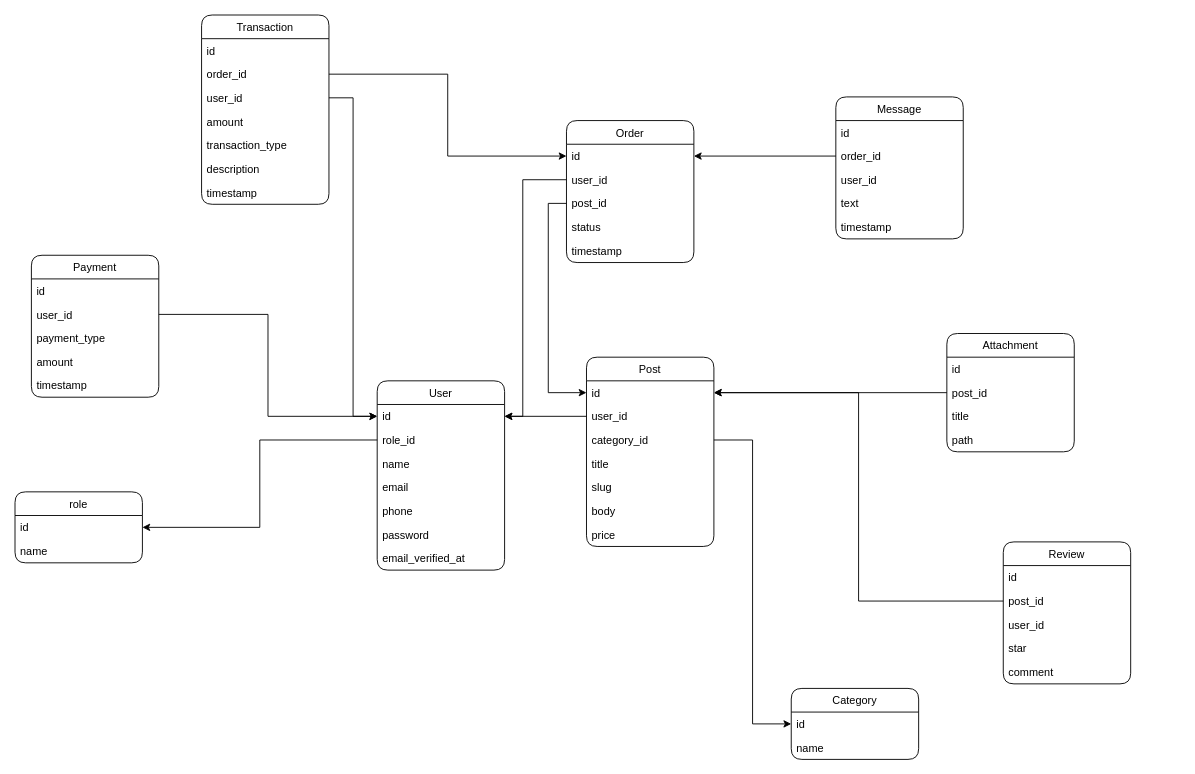
The draw.io diagram db-diagram.drawio in NbekWeb/chik.uz, before the edit. Source tidied: cells renumbered, new cells numbered last; positions are measured from the earlier drawing's top-left corner, leaving out a move shared by most shapes. Both pictures are drawn from the tidied source at 91%, with x=0, y=0 at pixel (15, 15).
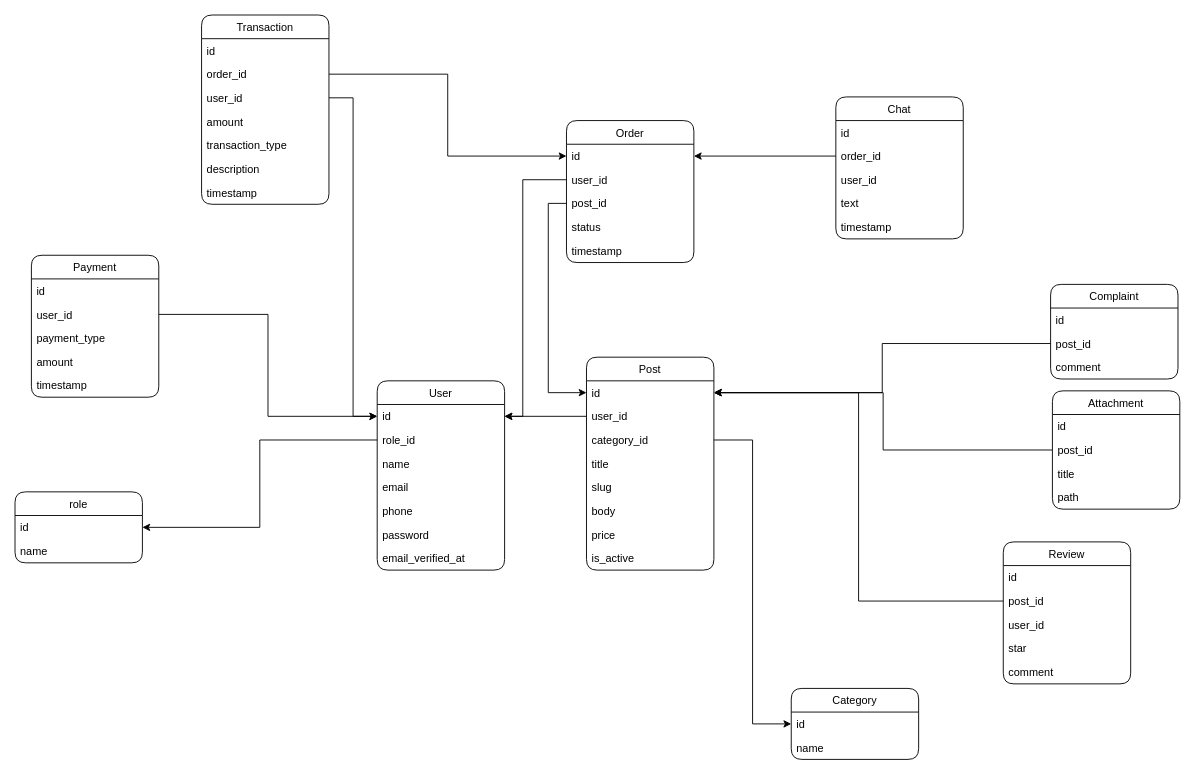
The same diagram, later.

Commit message (it also covers changes not shown here):
chat status with all update

Unchanged cells that the change refers to:
```xml
<mxCell id="15" value="id" style="text;strokeColor=none;fillColor=none;align=left;verticalAlign=top;spacingLeft=4;spacingRight=4;overflow=hidden;points=[[0,0.5],[1,0.5]];portConstraint=eastwest;" parent="14" vertex="1">
  <mxGeometry y="26" width="140" height="26" as="geometry" />
</mxCell>
```

The edit, as a diff of the source:
```diff
@@
     <mxCell id="14" value="Post" style="swimlane;fontStyle=0;horizontal=1;startSize=26;fillColor=none;strokeColor=default;rounded=1;swimlaneLine=1;" parent="1" vertex="1">
-      <mxGeometry x="628" y="376" width="140" height="208" as="geometry" />
+      <mxGeometry x="628" y="376" width="140" height="234" as="geometry" />
     </mxCell>
@@
+    <mxCell id="72" value="is_active" style="text;strokeColor=none;fillColor=none;align=left;verticalAlign=top;spacingLeft=4;spacingRight=4;overflow=hidden;" parent="14" vertex="1">
+      <mxGeometry y="208" width="140" height="26" as="geometry" />
+    </mxCell>
@@
-    <mxCell id="27" value="Message" style="swimlane;fontStyle=0;horizontal=1;startSize=26;fillColor=none;strokeColor=default;rounded=1;swimlaneLine=1;" parent="1" vertex="1">
+    <mxCell id="27" value="Chat" style="swimlane;fontStyle=0;horizontal=1;startSize=26;fillColor=none;strokeColor=default;rounded=1;swimlaneLine=1;" parent="1" vertex="1">
       <mxGeometry x="902" y="90" width="140" height="156" as="geometry" />
     </mxCell>
@@
     <mxCell id="33" value="Attachment" style="swimlane;fontStyle=0;horizontal=1;startSize=26;fillColor=none;strokeColor=default;rounded=1;swimlaneLine=1;" parent="1" vertex="1">
-      <mxGeometry x="1024" y="350" width="140" height="130" as="geometry" />
+      <mxGeometry x="1140" y="413" width="140" height="130" as="geometry" />
     </mxCell>
@@
+    <mxCell id="73" value="Complaint" style="swimlane;fontStyle=0;horizontal=1;startSize=26;fillColor=none;strokeColor=default;rounded=1;swimlaneLine=1;" parent="1" vertex="1">
+      <mxGeometry x="1138" y="296" width="140" height="104" as="geometry" />
+    </mxCell>
+    <mxCell id="74" value="id" style="text;strokeColor=none;fillColor=none;align=left;verticalAlign=top;spacingLeft=4;spacingRight=4;overflow=hidden;" parent="73" vertex="1">
+      <mxGeometry y="26" width="140" height="26" as="geometry" />
+    </mxCell>
+    <mxCell id="75" value="post_id" style="text;strokeColor=none;fillColor=none;align=left;verticalAlign=top;spacingLeft=4;spacingRight=4;overflow=hidden;points=[[0,0.5],[1,0.5]];portConstraint=eastwest;" parent="73" vertex="1">
+      <mxGeometry y="52" width="140" height="26" as="geometry" />
+    </mxCell>
+    <mxCell id="76" value="comment" style="text;strokeColor=none;fillColor=none;align=left;verticalAlign=top;spacingLeft=4;spacingRight=4;overflow=hidden;" parent="73" vertex="1">
+      <mxGeometry y="78" width="140" height="26" as="geometry" />
+    </mxCell>
+    <mxCell id="77" style="edgeStyle=orthogonalEdgeStyle;rounded=0;jettySize=auto;html=1;exitX=0;exitY=0.5;exitDx=0;exitDy=0;" parent="1" edge="1" source="75" target="15">
+      <mxGeometry relative="1" as="geometry" />
+    </mxCell>
```
